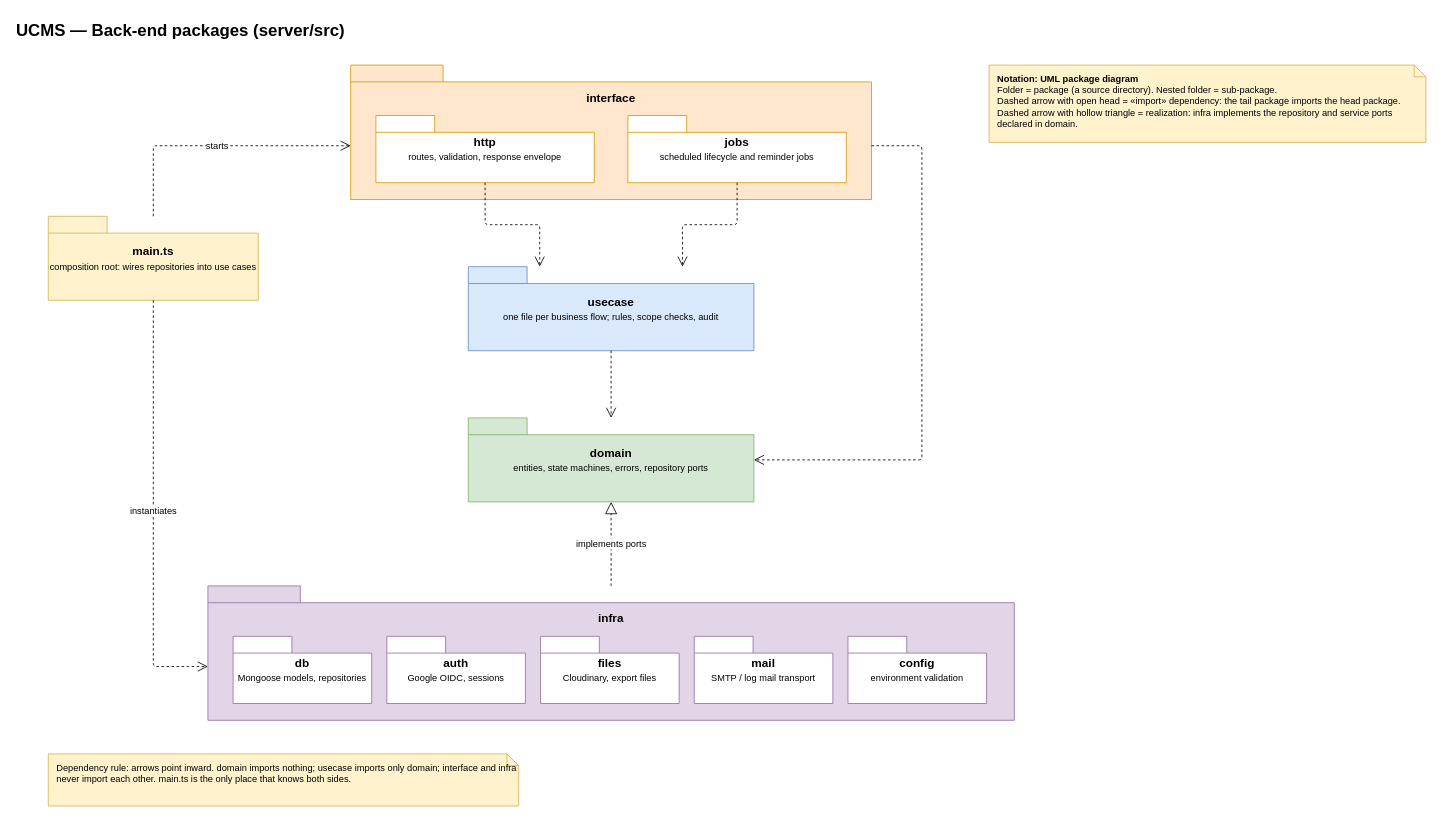
Before: page "Back-end packages" (2 of 2) of docs/03-diagrams/UCMS_Package_Diagrams.drawio in nvdekay/ClubManagementSystem, a draw.io diagram. Source tidied: cells renumbered, new cells numbered last; positions are measured from the earlier drawing's top-left corner, leaving out a move shared by most shapes. Both pictures are drawn from the tidied source at 84%, with x=0, y=0 at pixel (14, 14).
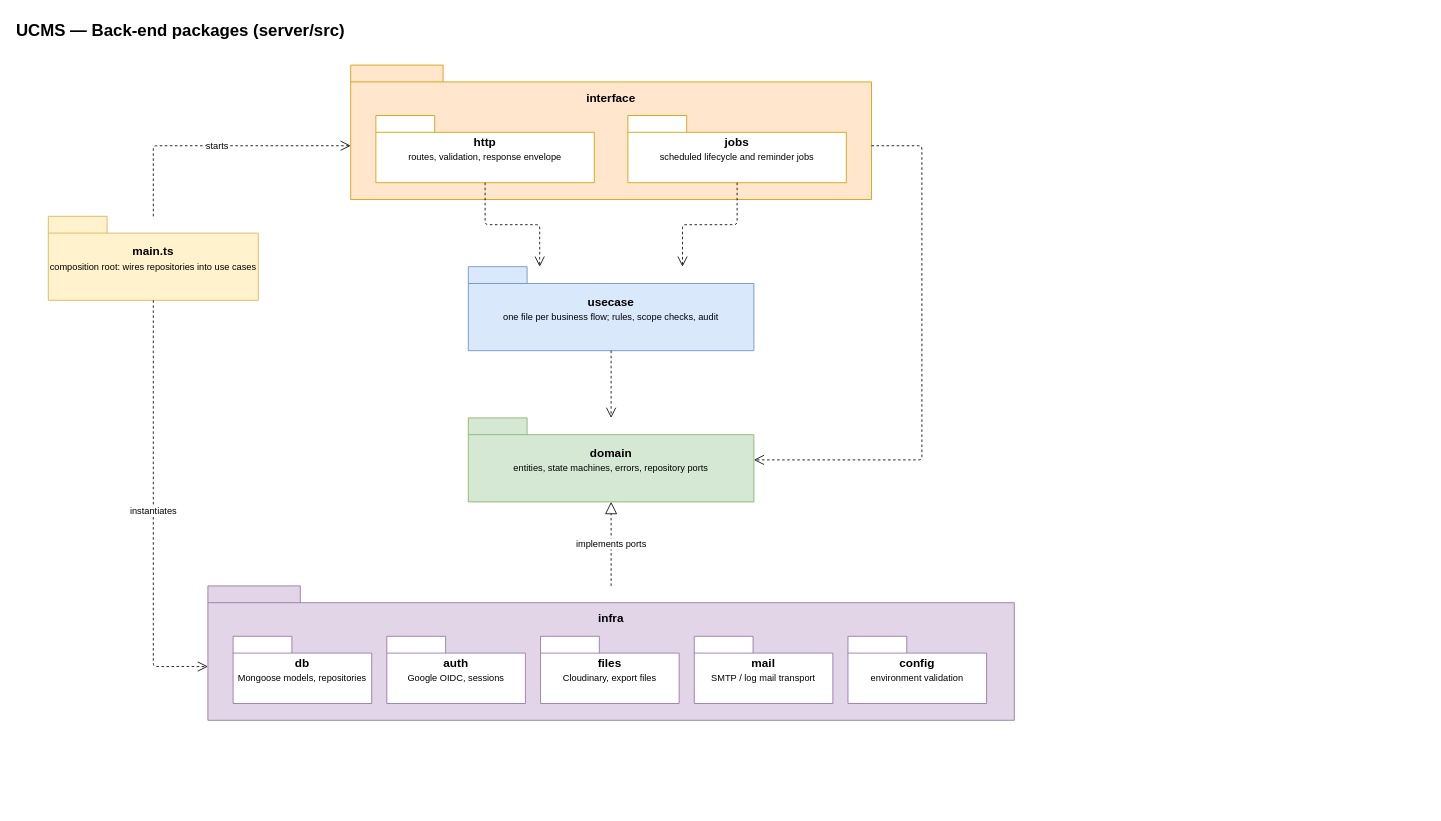
Above is the later version.

Commit message (it also covers changes not shown here):
docs(diagrams): drop the corner notes from the package diagrams

The edit, as a diff of the source:
```diff
@@
-    <mxCell id="22" value="Dependency rule: arrows point inward. domain imports nothing; usecase imports only domain; interface and infra never import each other. main.ts is the only place that knows both sides." style="shape=note;size=14;whiteSpace=wrap;html=1;align=left;verticalAlign=top;spacingLeft=8;spacingTop=4;fontSize=11;fillColor=#fff2cc;strokeColor=#d6b656;" parent="1" vertex="1">
-      <mxGeometry x="40" y="880" width="560" height="62" as="geometry" />
-    </mxCell>
-    <mxCell id="23" value="&lt;b&gt;Notation: UML package diagram&lt;/b&gt;&lt;br&gt;Folder = package (a source directory). Nested folder = sub-package.&lt;br&gt;Dashed arrow with open head = «import» dependency: the tail package imports the head package.&lt;br&gt;Dashed arrow with hollow triangle = realization: infra implements the repository and service ports declared in domain." style="shape=note;size=14;whiteSpace=wrap;html=1;align=left;verticalAlign=top;spacingLeft=8;spacingTop=4;fontSize=11;fillColor=#fff2cc;strokeColor=#d6b656;" parent="1" vertex="1">
-      <mxGeometry x="1160" y="60" width="520" height="92" as="geometry" />
-    </mxCell>
```
